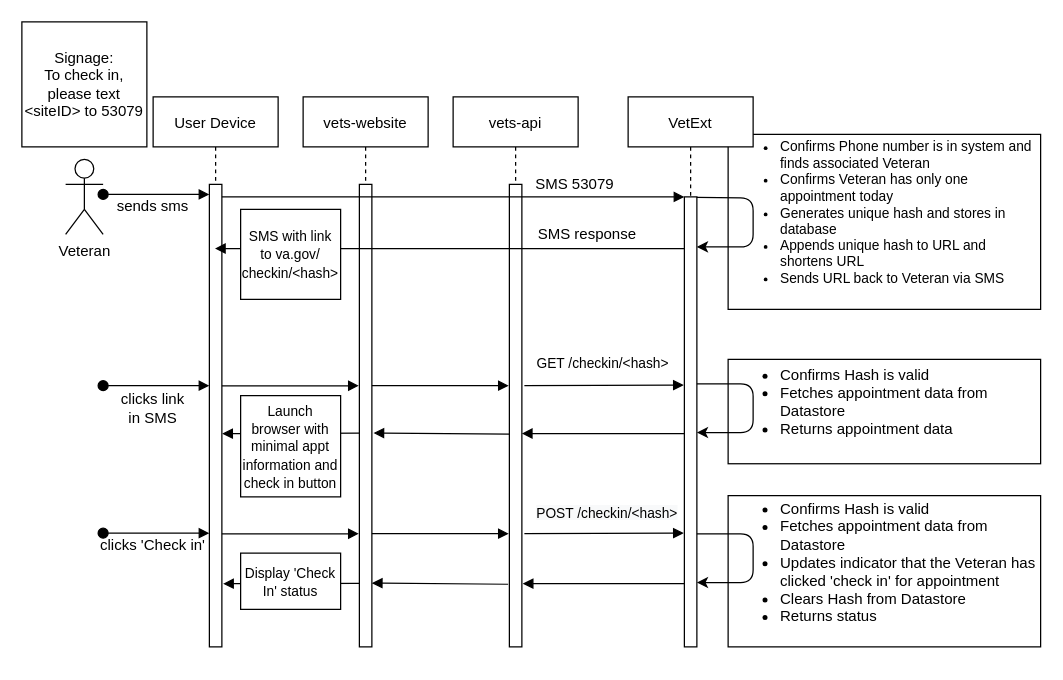
department-of-veterans-affairs/va.gov-team keeps this draw.io diagram as products/health-care/checkin/engineering/lorota/Lorota_Light_Sequence.drawio. Above is the earlier version. Source tidied: cells renumbered, new cells numbered last; positions are measured from the earlier drawing's top-left corner, leaving out a move shared by most shapes. Both pictures are drawn from the tidied source at 125%, with x=0, y=0 at pixel (21, 21).
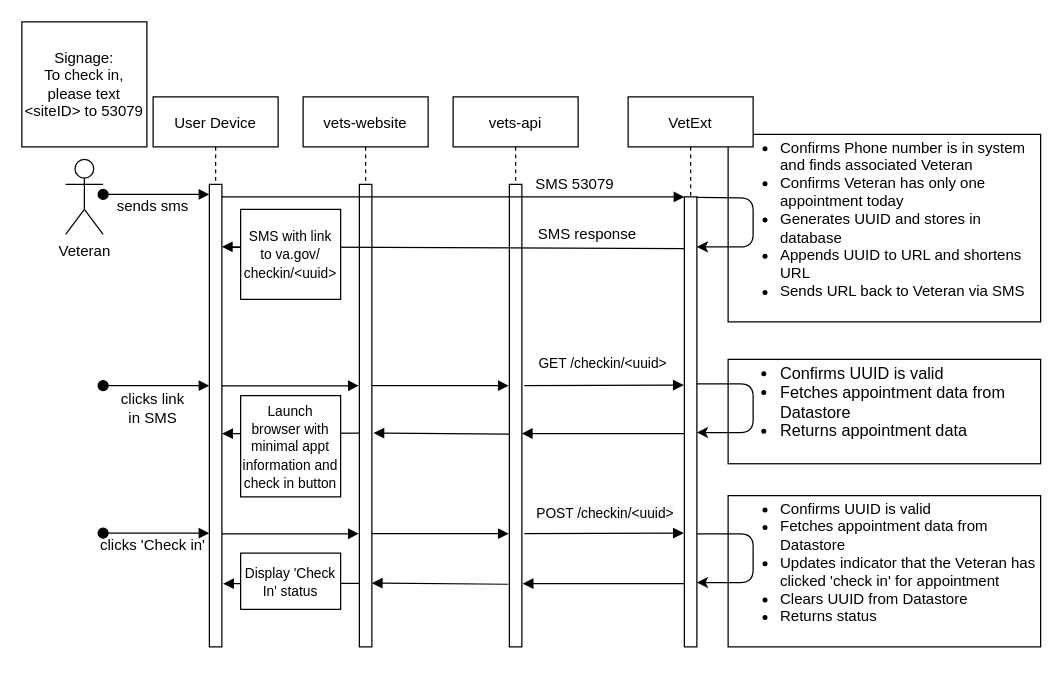
After the change.

Unchanged cells that the change refers to:
```xml
<mxCell id="5" value="User Device" style="shape=umlLifeline;perimeter=lifelinePerimeter;rounded=0;shadow=0;strokeWidth=1;" parent="1" vertex="1">
  <mxGeometry x="105" y="60" width="100" height="440" as="geometry" />
</mxCell>
<mxCell id="6" style="points=[];perimeter=orthogonalPerimeter;rounded=0;shadow=0;strokeWidth=1;" parent="5" vertex="1">
  <mxGeometry x="45" y="70" width="10" height="370" as="geometry" />
</mxCell>
```

The edit, as a diff of the source:
```diff
@@
-    <mxCell id="2" value="&lt;ul&gt;&lt;li&gt;&lt;font style=&quot;font-size: 12px&quot;&gt;Confirms Hash is valid&lt;/font&gt;&lt;/li&gt;&lt;li&gt;&lt;font style=&quot;font-size: 12px&quot;&gt;Fetches appointment data from Datastore&lt;/font&gt;&lt;/li&gt;&lt;li&gt;&lt;font style=&quot;font-size: 12px&quot;&gt;Returns appointment data&lt;/font&gt;&lt;/li&gt;&lt;/ul&gt;&lt;font style=&quot;font-size: 13px&quot;&gt;&lt;br&gt;&lt;/font&gt;" style="rounded=0;whiteSpace=wrap;html=1;align=left;" parent="1" vertex="1">
+    <mxCell id="2" value="&lt;ul style=&quot;font-size: 13px&quot;&gt;&lt;li&gt;&lt;font style=&quot;font-size: 13px&quot;&gt;Confirms UUID is valid&lt;/font&gt;&lt;/li&gt;&lt;li&gt;&lt;font style=&quot;font-size: 13px&quot;&gt;Fetches appointment data from Datastore&lt;/font&gt;&lt;/li&gt;&lt;li&gt;&lt;font style=&quot;font-size: 13px&quot;&gt;Returns appointment data&lt;/font&gt;&lt;/li&gt;&lt;/ul&gt;&lt;font style=&quot;font-size: 13px&quot;&gt;&lt;br&gt;&lt;/font&gt;" style="rounded=0;whiteSpace=wrap;html=1;align=left;" parent="1" vertex="1">
       <mxGeometry x="565" y="270" width="250" height="83.5" as="geometry" />
     </mxCell>
@@
-    <mxCell id="4" value="&lt;ul style=&quot;font-size: 11px&quot;&gt;&lt;li&gt;&lt;font style=&quot;font-size: 11px&quot;&gt;Confirms Phone number is in system and finds associated Veteran&lt;/font&gt;&lt;/li&gt;&lt;li&gt;&lt;span&gt;Confirms Veteran has only one appointment today&lt;/span&gt;&lt;br&gt;&lt;/li&gt;&lt;li&gt;&lt;span&gt;Generates unique hash and stores in database&lt;/span&gt;&lt;/li&gt;&lt;li&gt;&lt;span&gt;Appends unique hash to URL and shortens URL&lt;/span&gt;&lt;/li&gt;&lt;li&gt;&lt;span&gt;Sends URL back to Veteran via SMS&lt;/span&gt;&lt;/li&gt;&lt;/ul&gt;&lt;font style=&quot;font-size: 9px&quot;&gt;&lt;br&gt;&lt;/font&gt;" style="rounded=0;whiteSpace=wrap;html=1;align=left;" parent="1" vertex="1">
-      <mxGeometry x="565" y="90" width="250" height="140" as="geometry" />
+    <mxCell id="4" value="&lt;ul&gt;&lt;li&gt;&lt;font style=&quot;font-size: 12px&quot;&gt;Confirms Phone number is in system and finds associated Veteran&lt;/font&gt;&lt;/li&gt;&lt;li&gt;&lt;span&gt;Confirms Veteran has only one appointment today&lt;/span&gt;&lt;br&gt;&lt;/li&gt;&lt;li&gt;&lt;span&gt;Generates UUID and stores in database&lt;/span&gt;&lt;/li&gt;&lt;li&gt;&lt;span&gt;Appends UUID to URL and shortens URL&lt;/span&gt;&lt;/li&gt;&lt;li&gt;&lt;span&gt;Sends URL back to Veteran via SMS&lt;/span&gt;&lt;/li&gt;&lt;/ul&gt;&lt;font style=&quot;font-size: 9px&quot;&gt;&lt;br&gt;&lt;/font&gt;" style="rounded=0;whiteSpace=wrap;html=1;align=left;" parent="1" vertex="1">
+      <mxGeometry x="565" y="90" width="250" height="150" as="geometry" />
     </mxCell>
@@
-    <mxCell id="35" value="&lt;ul&gt;&lt;li&gt;&lt;font style=&quot;font-size: 12px&quot;&gt;Confirms Hash is valid&lt;/font&gt;&lt;/li&gt;&lt;li&gt;&lt;font style=&quot;font-size: 12px&quot;&gt;Fetches appointment data from Datastore&lt;/font&gt;&lt;/li&gt;&lt;li&gt;&lt;font style=&quot;font-size: 12px&quot;&gt;&lt;span&gt;Updates indicator that the Veteran has clicked 'check in' for appointment&lt;/span&gt;&lt;br&gt;&lt;/font&gt;&lt;/li&gt;&lt;li&gt;&lt;span&gt;&lt;font style=&quot;font-size: 12px&quot;&gt;Clears Hash from Datastore&lt;/font&gt;&lt;/span&gt;&lt;/li&gt;&lt;li&gt;&lt;span&gt;&lt;font style=&quot;font-size: 12px&quot;&gt;Returns status&lt;/font&gt;&lt;/span&gt;&lt;/li&gt;&lt;/ul&gt;&lt;font style=&quot;font-size: 12px&quot;&gt;&lt;br&gt;&lt;/font&gt;" style="rounded=0;whiteSpace=wrap;html=1;align=left;" parent="1" vertex="1">
+    <mxCell id="35" value="&lt;ul&gt;&lt;li&gt;&lt;font style=&quot;font-size: 12px&quot;&gt;Confirms UUID is valid&lt;/font&gt;&lt;/li&gt;&lt;li&gt;&lt;font style=&quot;font-size: 12px&quot;&gt;Fetches appointment data from Datastore&lt;/font&gt;&lt;/li&gt;&lt;li&gt;&lt;font style=&quot;font-size: 12px&quot;&gt;&lt;span&gt;Updates indicator that the Veteran has clicked 'check in' for appointment&lt;/span&gt;&lt;br&gt;&lt;/font&gt;&lt;/li&gt;&lt;li&gt;&lt;span&gt;&lt;font style=&quot;font-size: 12px&quot;&gt;Clears UUID from Datastore&lt;/font&gt;&lt;/span&gt;&lt;/li&gt;&lt;li&gt;&lt;span&gt;&lt;font style=&quot;font-size: 12px&quot;&gt;Returns status&lt;/font&gt;&lt;/span&gt;&lt;/li&gt;&lt;/ul&gt;&lt;font style=&quot;font-size: 12px&quot;&gt;&lt;br&gt;&lt;/font&gt;" style="rounded=0;whiteSpace=wrap;html=1;align=left;" parent="1" vertex="1">
       <mxGeometry x="565" y="379" width="250" height="121" as="geometry" />
     </mxCell>
@@
-    <mxCell id="40" value="&lt;font style=&quot;font-size: 11px&quot;&gt;GET /checkin/&amp;lt;hash&amp;gt;&lt;/font&gt;" style="text;html=1;strokeColor=none;fillColor=none;align=center;verticalAlign=middle;whiteSpace=wrap;rounded=0;" parent="1" vertex="1">
+    <mxCell id="40" value="&lt;font style=&quot;font-size: 11px&quot;&gt;GET /checkin/&amp;lt;uuid&amp;gt;&lt;/font&gt;" style="text;html=1;strokeColor=none;fillColor=none;align=center;verticalAlign=middle;whiteSpace=wrap;rounded=0;" parent="1" vertex="1">
       <mxGeometry x="410" y="263" width="110" height="20" as="geometry" />
     </mxCell>
-    <mxCell id="41" value="&lt;span style=&quot;color: rgb(0 , 0 , 0) ; font-family: &amp;#34;helvetica&amp;#34; ; font-size: 11px ; font-style: normal ; font-weight: 400 ; letter-spacing: normal ; text-align: center ; text-indent: 0px ; text-transform: none ; word-spacing: 0px ; background-color: rgb(248 , 249 , 250) ; display: inline ; float: none&quot;&gt;POST /checkin/&amp;lt;hash&amp;gt;&lt;/span&gt;" style="text;whiteSpace=wrap;html=1;" parent="1" vertex="1">
+    <mxCell id="41" value="&lt;span style=&quot;color: rgb(0 , 0 , 0) ; font-family: &amp;#34;helvetica&amp;#34; ; font-size: 11px ; font-style: normal ; font-weight: 400 ; letter-spacing: normal ; text-align: center ; text-indent: 0px ; text-transform: none ; word-spacing: 0px ; background-color: rgb(248 , 249 , 250) ; display: inline ; float: none&quot;&gt;POST /checkin/&amp;lt;uuid&amp;gt;&lt;/span&gt;" style="text;whiteSpace=wrap;html=1;" parent="1" vertex="1">
       <mxGeometry x="410" y="379" width="130" height="30" as="geometry" />
     </mxCell>
-    <mxCell id="42" style="verticalAlign=bottom;endArrow=block;shadow=0;strokeWidth=1;" parent="1" edge="1" target="5">
+    <mxCell id="42" style="verticalAlign=bottom;endArrow=block;shadow=0;strokeWidth=1;entryX=1;entryY=0.135;entryDx=0;entryDy=0;entryPerimeter=0;" parent="1" edge="1" target="6">
       <mxGeometry relative="1" as="geometry">
         <mxPoint x="530" y="181.3" as="sourcePoint" />
       </mxGeometry>
     </mxCell>
-    <mxCell id="43" value="&lt;font style=&quot;font-size: 11px&quot;&gt;SMS with link to va.gov/&lt;br&gt;checkin/&amp;lt;hash&amp;gt;&lt;/font&gt;" style="rounded=0;whiteSpace=wrap;html=1;" parent="1" vertex="1">
+    <mxCell id="43" value="&lt;font style=&quot;font-size: 11px&quot;&gt;SMS with link to va.gov/&lt;br&gt;checkin/&amp;lt;uuid&amp;gt;&lt;/font&gt;" style="rounded=0;whiteSpace=wrap;html=1;" parent="1" vertex="1">
       <mxGeometry x="175" y="150" width="80" height="72" as="geometry" />
     </mxCell>
```
